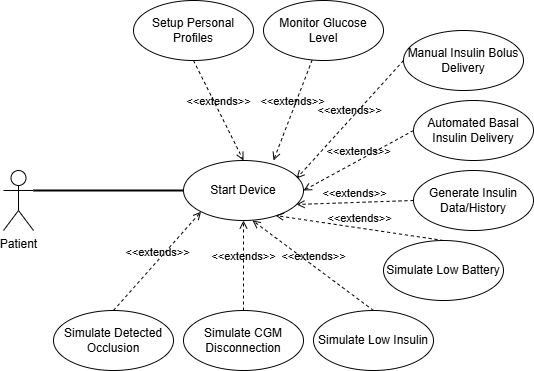
This is Design_Documentation/UseCaseDiagram.drawio.png from Chenguku/t-slim-Insulin-Pump, a draw.io export, as it was before one commit. Source tidied: cells renumbered, new cells last; positions are measured from the earlier drawing's top-left corner, leaving out a move shared by most shapes.
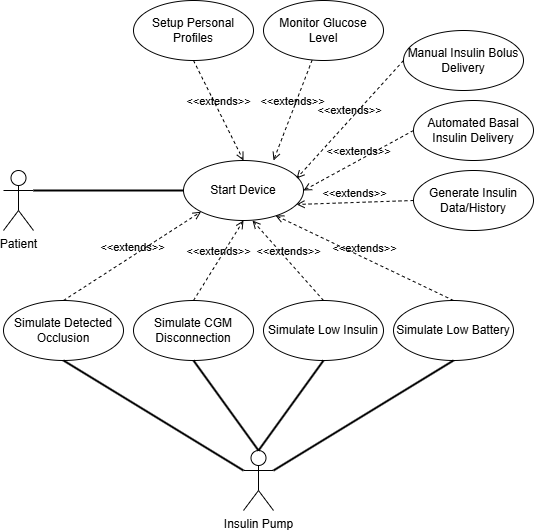
The same diagram one commit later.

Commit message:
updated use case diagram

The edit, as a diff of the source:
```diff
@@ -45,25 +45,40 @@
       <mxGeometry relative="1" as="geometry" />
     </mxCell>
     <mxCell id="16" value="Simulate Low Battery" style="ellipse;whiteSpace=wrap;html=1;" parent="1" vertex="1">
-      <mxGeometry x="380" y="240" width="120" height="60" as="geometry" />
+      <mxGeometry x="390" y="300" width="120" height="60" as="geometry" />
     </mxCell>
     <mxCell id="17" value="&amp;lt;&amp;lt;extends&lt;span style=&quot;background-color: transparent; color: light-dark(rgb(0, 0, 0), rgb(255, 255, 255));&quot;&gt;&amp;gt;&amp;gt;&lt;/span&gt;" style="html=1;verticalAlign=bottom;labelBackgroundColor=none;endArrow=open;endFill=0;dashed=1;rounded=0;exitX=0.5;exitY=0;exitDx=0;exitDy=0;entryX=0.575;entryY=1;entryDx=0;entryDy=0;entryPerimeter=0;" parent="1" edge="1" source="18" target="3">
       <mxGeometry relative="1" as="geometry" />
     </mxCell>
     <mxCell id="18" value="Simulate Low Insulin" style="ellipse;whiteSpace=wrap;html=1;" parent="1" vertex="1">
-      <mxGeometry x="310" y="310" width="120" height="60" as="geometry" />
+      <mxGeometry x="260" y="300" width="120" height="60" as="geometry" />
     </mxCell>
     <mxCell id="19" value="&amp;lt;&amp;lt;extends&lt;span style=&quot;background-color: transparent; color: light-dark(rgb(0, 0, 0), rgb(255, 255, 255));&quot;&gt;&amp;gt;&amp;gt;&lt;/span&gt;" style="html=1;verticalAlign=bottom;labelBackgroundColor=none;endArrow=open;endFill=0;dashed=1;rounded=0;exitX=0.5;exitY=0;exitDx=0;exitDy=0;entryX=0.5;entryY=1;entryDx=0;entryDy=0;" parent="1" edge="1" source="20" target="3">
       <mxGeometry relative="1" as="geometry" />
     </mxCell>
     <mxCell id="20" value="Simulate CGM Disconnection" style="ellipse;whiteSpace=wrap;html=1;" parent="1" vertex="1">
-      <mxGeometry x="180" y="310" width="120" height="60" as="geometry" />
+      <mxGeometry x="130" y="300" width="120" height="60" as="geometry" />
     </mxCell>
     <mxCell id="21" value="&amp;lt;&amp;lt;extends&lt;span style=&quot;background-color: transparent; color: light-dark(rgb(0, 0, 0), rgb(255, 255, 255));&quot;&gt;&amp;gt;&amp;gt;&lt;/span&gt;" style="html=1;verticalAlign=bottom;labelBackgroundColor=none;endArrow=open;endFill=0;dashed=1;rounded=0;exitX=0.5;exitY=0;exitDx=0;exitDy=0;entryX=0;entryY=1;entryDx=0;entryDy=0;" parent="1" edge="1" source="22" target="3">
       <mxGeometry relative="1" as="geometry" />
     </mxCell>
     <mxCell id="22" value="Simulate Detected Occlusion" style="ellipse;whiteSpace=wrap;html=1;" parent="1" vertex="1">
-      <mxGeometry x="50" y="310" width="120" height="60" as="geometry" />
+      <mxGeometry y="300" width="120" height="60" as="geometry" />
     </mxCell>
+    <mxCell id="23" value="Insulin Pump" style="shape=umlActor;verticalLabelPosition=bottom;verticalAlign=top;html=1;outlineConnect=0;" parent="1" vertex="1">
+      <mxGeometry x="240" y="450" width="30" height="60" as="geometry" />
+    </mxCell>
+    <mxCell id="24" style="endArrow=none;html=1;rounded=0;entryX=0;entryY=0.3333333333333333;entryDx=0;entryDy=0;exitX=0.5;exitY=1;exitDx=0;exitDy=0;strokeWidth=2;entryPerimeter=0;" parent="1" edge="1" source="22" target="23">
+      <mxGeometry relative="1" as="geometry" />
+    </mxCell>
+    <mxCell id="25" style="endArrow=none;html=1;rounded=0;entryX=0.5;entryY=0;entryDx=0;entryDy=0;exitX=0.5;exitY=1;exitDx=0;exitDy=0;strokeWidth=2;entryPerimeter=0;" parent="1" edge="1" source="20" target="23">
+      <mxGeometry relative="1" as="geometry" />
+    </mxCell>
+    <mxCell id="26" style="endArrow=none;html=1;rounded=0;entryX=0.5;entryY=0;entryDx=0;entryDy=0;exitX=0.5;exitY=1;exitDx=0;exitDy=0;strokeWidth=2;entryPerimeter=0;" parent="1" edge="1" source="18" target="23">
+      <mxGeometry relative="1" as="geometry" />
+    </mxCell>
+    <mxCell id="27" style="endArrow=none;html=1;rounded=0;entryX=1;entryY=0.3333333333333333;entryDx=0;entryDy=0;exitX=0.5;exitY=1;exitDx=0;exitDy=0;strokeWidth=2;entryPerimeter=0;" parent="1" edge="1" source="16" target="23">
+      <mxGeometry relative="1" as="geometry" />
+    </mxCell>
   </root>
 </mxGraphModel>
```
